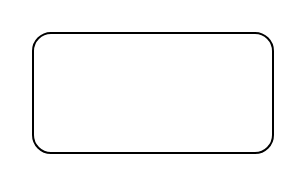
Before: Design/用例图/test.drawio in LeeBade/LiuJunQi, a draw.io diagram. Source tidied: cells renumbered, new cells numbered last; positions are measured from the earlier drawing's top-left corner, leaving out a move shared by most shapes. Both pictures are drawn from the tidied source at 200%, with x=0, y=0 at pixel (32, 32).
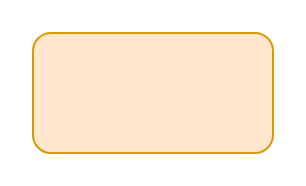
The same diagram, later.

What changed in the source:
```diff
@@
 <mxGraphModel>
   <root>
     <mxCell id="0" />
     <mxCell id="1" parent="0" />
-    <mxCell id="2" style="rounded=1;whiteSpace=wrap;html=1;" parent="1" vertex="1">
+    <mxCell id="2" style="rounded=1;whiteSpace=wrap;html=1;fillColor=#ffe6cc;strokeColor=#d79b00;" parent="1" vertex="1">
       <mxGeometry width="120" height="60" as="geometry" />
     </mxCell>
   </root>
 </mxGraphModel>
```
